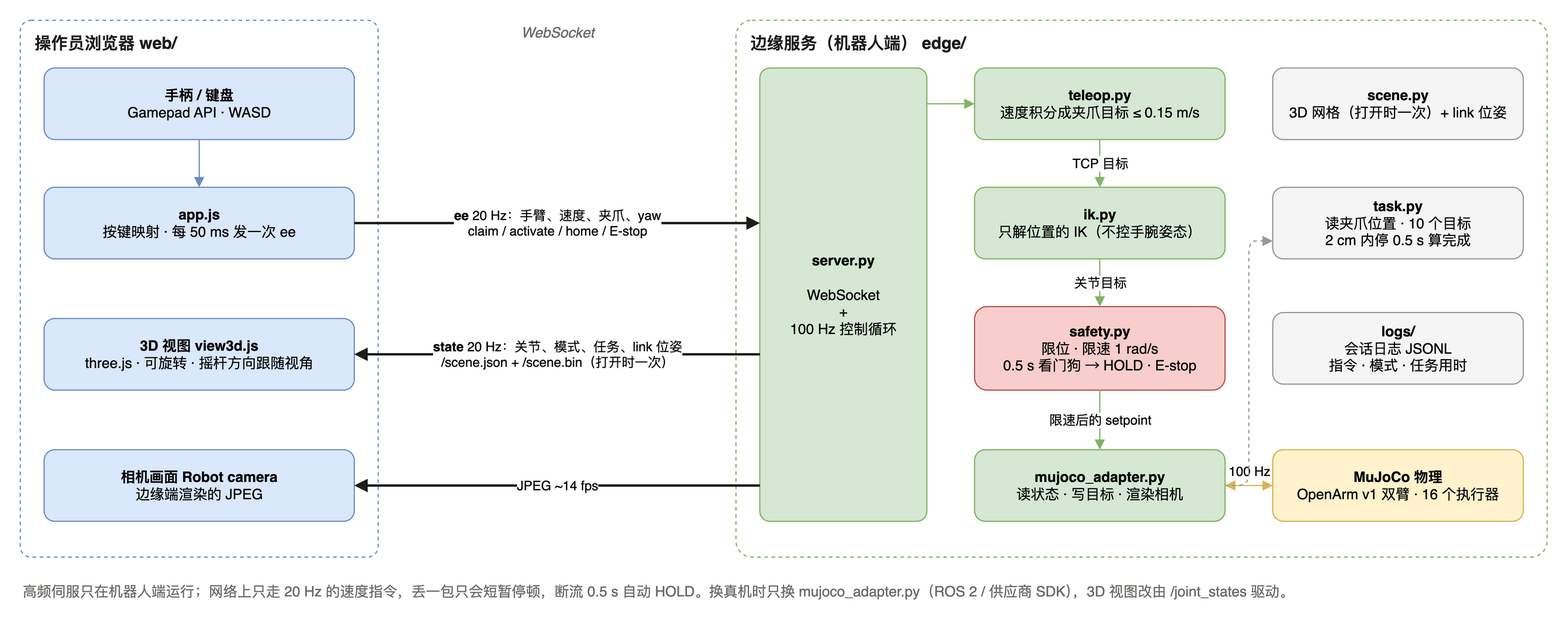
Before: docs/system-diagram.drawio.png, a diagram exported from draw.io (ysonggit/openarm-teleop-sim). Source tidied: cells renumbered, new cells last; positions are measured from the earlier drawing's top-left corner, leaving out a move shared by most shapes.
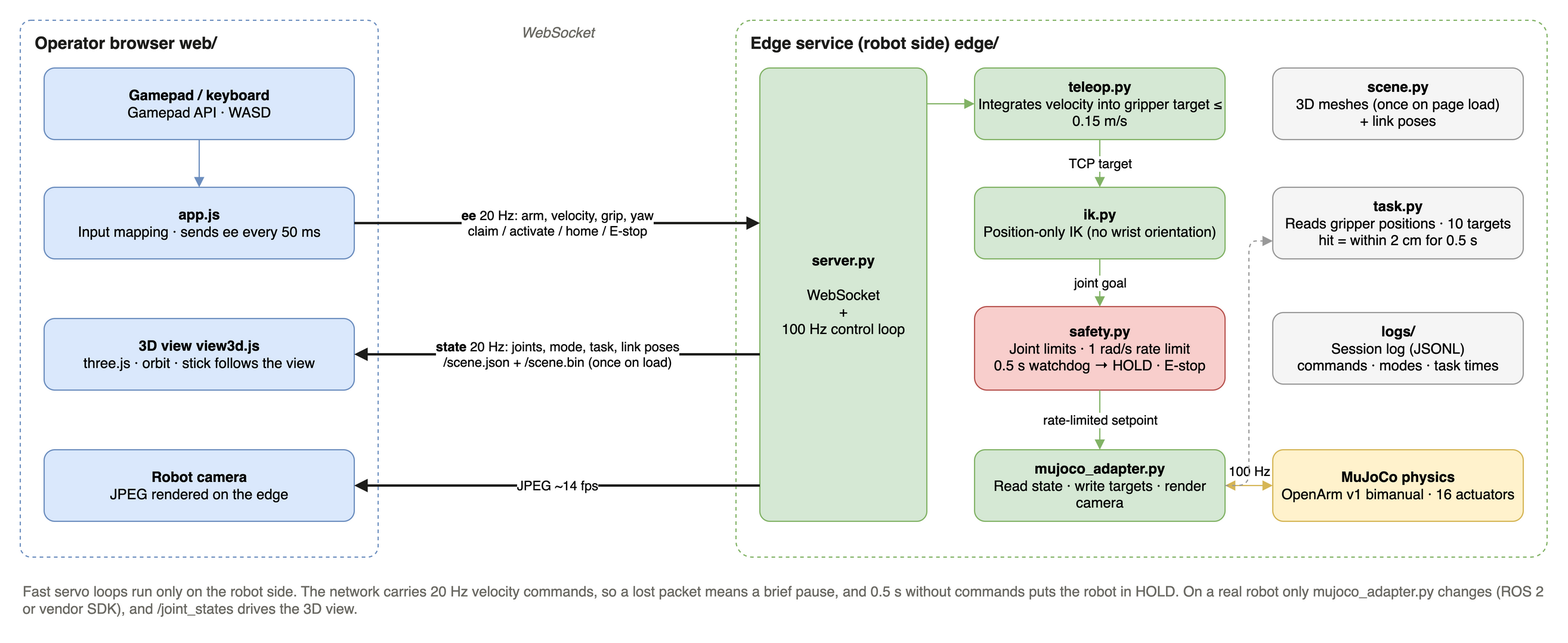
Later version of the same file.

Commit message:
README: English system diagram

Change to the diagram source:
```diff
@@ -2,61 +2,61 @@
   <root>
     <mxCell id="0" />
     <mxCell id="1" parent="0" />
-    <mxCell id="2" value="操作员浏览器  web/" style="rounded=1;arcSize=3;whiteSpace=wrap;html=1;dashed=1;fillColor=none;strokeColor=#6C8EBF;verticalAlign=top;align=left;spacingLeft=10;spacingTop=4;fontStyle=1;fontSize=14;fontColor=#1D1D1B;" parent="1" vertex="1">
+    <mxCell id="2" value="Operator browser  web/" style="rounded=1;arcSize=3;whiteSpace=wrap;html=1;dashed=1;fillColor=none;strokeColor=#6C8EBF;verticalAlign=top;align=left;spacingLeft=10;spacingTop=4;fontStyle=1;fontSize=14;fontColor=#1D1D1B;" parent="1" vertex="1">
       <mxGeometry width="300" height="450" as="geometry" />
     </mxCell>
-    <mxCell id="3" value="边缘服务（机器人端）  edge/" style="rounded=1;arcSize=3;whiteSpace=wrap;html=1;dashed=1;fillColor=none;strokeColor=#82B366;verticalAlign=top;align=left;spacingLeft=10;spacingTop=4;fontStyle=1;fontSize=14;fontColor=#1D1D1B;" parent="1" vertex="1">
+    <mxCell id="3" value="Edge service (robot side)  edge/" style="rounded=1;arcSize=3;whiteSpace=wrap;html=1;dashed=1;fillColor=none;strokeColor=#82B366;verticalAlign=top;align=left;spacingLeft=10;spacingTop=4;fontStyle=1;fontSize=14;fontColor=#1D1D1B;" parent="1" vertex="1">
       <mxGeometry x="600" width="680" height="450" as="geometry" />
     </mxCell>
-    <mxCell id="4" value="&lt;b&gt;手柄 / 键盘&lt;/b&gt;&lt;br&gt;Gamepad API · WASD" style="rounded=1;whiteSpace=wrap;html=1;fillColor=#DAE8FC;strokeColor=#6C8EBF;fontSize=12;" parent="1" vertex="1">
+    <mxCell id="4" value="&lt;b&gt;Gamepad / keyboard&lt;/b&gt;&lt;br&gt;Gamepad API · WASD" style="rounded=1;whiteSpace=wrap;html=1;fillColor=#DAE8FC;strokeColor=#6C8EBF;fontSize=12;" parent="1" vertex="1">
       <mxGeometry x="20" y="40" width="260" height="60" as="geometry" />
     </mxCell>
-    <mxCell id="5" value="&lt;b&gt;app.js&lt;/b&gt;&lt;br&gt;按键映射 · 每 50 ms 发一次 ee" style="rounded=1;whiteSpace=wrap;html=1;fillColor=#DAE8FC;strokeColor=#6C8EBF;fontSize=12;" parent="1" vertex="1">
+    <mxCell id="5" value="&lt;b&gt;app.js&lt;/b&gt;&lt;br&gt;Input mapping · sends ee every 50 ms" style="rounded=1;whiteSpace=wrap;html=1;fillColor=#DAE8FC;strokeColor=#6C8EBF;fontSize=12;" parent="1" vertex="1">
       <mxGeometry x="20" y="140" width="260" height="60" as="geometry" />
     </mxCell>
-    <mxCell id="6" value="&lt;b&gt;3D 视图  view3d.js&lt;/b&gt;&lt;br&gt;three.js · 可旋转 · 摇杆方向跟随视角" style="rounded=1;whiteSpace=wrap;html=1;fillColor=#DAE8FC;strokeColor=#6C8EBF;fontSize=12;" parent="1" vertex="1">
+    <mxCell id="6" value="&lt;b&gt;3D view  view3d.js&lt;/b&gt;&lt;br&gt;three.js · orbit · stick follows the view" style="rounded=1;whiteSpace=wrap;html=1;fillColor=#DAE8FC;strokeColor=#6C8EBF;fontSize=12;" parent="1" vertex="1">
       <mxGeometry x="20" y="250" width="260" height="60" as="geometry" />
     </mxCell>
-    <mxCell id="7" value="&lt;b&gt;相机画面  Robot camera&lt;/b&gt;&lt;br&gt;边缘端渲染的 JPEG" style="rounded=1;whiteSpace=wrap;html=1;fillColor=#DAE8FC;strokeColor=#6C8EBF;fontSize=12;" parent="1" vertex="1">
+    <mxCell id="7" value="&lt;b&gt;Robot camera&lt;/b&gt;&lt;br&gt;JPEG rendered on the edge" style="rounded=1;whiteSpace=wrap;html=1;fillColor=#DAE8FC;strokeColor=#6C8EBF;fontSize=12;" parent="1" vertex="1">
       <mxGeometry x="20" y="360" width="260" height="60" as="geometry" />
     </mxCell>
-    <mxCell id="8" value="&lt;b&gt;server.py&lt;/b&gt;&lt;br&gt;&lt;br&gt;WebSocket&lt;br&gt;+&lt;br&gt;100 Hz 控制循环" style="rounded=1;arcSize=6;whiteSpace=wrap;html=1;fillColor=#D5E8D4;strokeColor=#82B366;fontSize=12;" parent="1" vertex="1">
+    <mxCell id="8" value="&lt;b&gt;server.py&lt;/b&gt;&lt;br&gt;&lt;br&gt;WebSocket&lt;br&gt;+&lt;br&gt;100 Hz control loop" style="rounded=1;arcSize=6;whiteSpace=wrap;html=1;fillColor=#D5E8D4;strokeColor=#82B366;fontSize=12;" parent="1" vertex="1">
       <mxGeometry x="620" y="40" width="140" height="380" as="geometry" />
     </mxCell>
-    <mxCell id="9" value="&lt;b&gt;teleop.py&lt;/b&gt;&lt;br&gt;速度积分成夹爪目标 ≤ 0.15 m/s" style="rounded=1;whiteSpace=wrap;html=1;fillColor=#D5E8D4;strokeColor=#82B366;fontSize=12;" parent="1" vertex="1">
+    <mxCell id="9" value="&lt;b&gt;teleop.py&lt;/b&gt;&lt;br&gt;Integrates velocity into gripper target ≤ 0.15 m/s" style="rounded=1;whiteSpace=wrap;html=1;fillColor=#D5E8D4;strokeColor=#82B366;fontSize=12;" parent="1" vertex="1">
       <mxGeometry x="800" y="40" width="210" height="60" as="geometry" />
     </mxCell>
-    <mxCell id="10" value="&lt;b&gt;ik.py&lt;/b&gt;&lt;br&gt;只解位置的 IK（不控手腕姿态）" style="rounded=1;whiteSpace=wrap;html=1;fillColor=#D5E8D4;strokeColor=#82B366;fontSize=12;" parent="1" vertex="1">
+    <mxCell id="10" value="&lt;b&gt;ik.py&lt;/b&gt;&lt;br&gt;Position-only IK (no wrist orientation)" style="rounded=1;whiteSpace=wrap;html=1;fillColor=#D5E8D4;strokeColor=#82B366;fontSize=12;" parent="1" vertex="1">
       <mxGeometry x="800" y="140" width="210" height="60" as="geometry" />
     </mxCell>
-    <mxCell id="11" value="&lt;b&gt;safety.py&lt;/b&gt;&lt;br&gt;限位 · 限速 1 rad/s&lt;br&gt;0.5 s 看门狗 → HOLD · E-stop" style="rounded=1;whiteSpace=wrap;html=1;fillColor=#F8CECC;strokeColor=#B85450;fontSize=12;" parent="1" vertex="1">
+    <mxCell id="11" value="&lt;b&gt;safety.py&lt;/b&gt;&lt;br&gt;Joint limits · 1 rad/s rate limit&lt;br&gt;0.5 s watchdog → HOLD · E-stop" style="rounded=1;whiteSpace=wrap;html=1;fillColor=#F8CECC;strokeColor=#B85450;fontSize=12;" parent="1" vertex="1">
       <mxGeometry x="800" y="240" width="210" height="70" as="geometry" />
     </mxCell>
-    <mxCell id="12" value="&lt;b&gt;mujoco_adapter.py&lt;/b&gt;&lt;br&gt;读状态 · 写目标 · 渲染相机" style="rounded=1;whiteSpace=wrap;html=1;fillColor=#D5E8D4;strokeColor=#82B366;fontSize=12;" parent="1" vertex="1">
+    <mxCell id="12" value="&lt;b&gt;mujoco_adapter.py&lt;/b&gt;&lt;br&gt;Read state · write targets · render camera" style="rounded=1;whiteSpace=wrap;html=1;fillColor=#D5E8D4;strokeColor=#82B366;fontSize=12;" parent="1" vertex="1">
       <mxGeometry x="800" y="360" width="210" height="60" as="geometry" />
     </mxCell>
-    <mxCell id="13" value="&lt;b&gt;scene.py&lt;/b&gt;&lt;br&gt;3D 网格（打开时一次）+ link 位姿" style="rounded=1;whiteSpace=wrap;html=1;fillColor=#F5F5F5;strokeColor=#999999;fontSize=12;" parent="1" vertex="1">
+    <mxCell id="13" value="&lt;b&gt;scene.py&lt;/b&gt;&lt;br&gt;3D meshes (once on page load)&lt;br&gt;+ link poses" style="rounded=1;whiteSpace=wrap;html=1;fillColor=#F5F5F5;strokeColor=#999999;fontSize=12;" parent="1" vertex="1">
       <mxGeometry x="1050" y="40" width="210" height="60" as="geometry" />
     </mxCell>
-    <mxCell id="14" value="&lt;b&gt;task.py&lt;/b&gt;&lt;br&gt;读夹爪位置 · 10 个目标&lt;br&gt;2 cm 内停 0.5 s 算完成" style="rounded=1;whiteSpace=wrap;html=1;fillColor=#F5F5F5;strokeColor=#999999;fontSize=12;" parent="1" vertex="1">
+    <mxCell id="14" value="&lt;b&gt;task.py&lt;/b&gt;&lt;br&gt;Reads gripper positions · 10 targets&lt;br&gt;hit = within 2 cm for 0.5 s" style="rounded=1;whiteSpace=wrap;html=1;fillColor=#F5F5F5;strokeColor=#999999;fontSize=12;" parent="1" vertex="1">
       <mxGeometry x="1050" y="140" width="210" height="60" as="geometry" />
     </mxCell>
-    <mxCell id="15" value="&lt;b&gt;logs/&lt;/b&gt;&lt;br&gt;会话日志 JSONL&lt;br&gt;指令 · 模式 · 任务用时" style="rounded=1;whiteSpace=wrap;html=1;fillColor=#F5F5F5;strokeColor=#999999;fontSize=12;" parent="1" vertex="1">
+    <mxCell id="15" value="&lt;b&gt;logs/&lt;/b&gt;&lt;br&gt;Session log (JSONL)&lt;br&gt;commands · modes · task times" style="rounded=1;whiteSpace=wrap;html=1;fillColor=#F5F5F5;strokeColor=#999999;fontSize=12;" parent="1" vertex="1">
       <mxGeometry x="1050" y="245" width="210" height="60" as="geometry" />
     </mxCell>
-    <mxCell id="16" value="&lt;b&gt;MuJoCo 物理&lt;/b&gt;&lt;br&gt;OpenArm v1 双臂 · 16 个执行器" style="rounded=1;whiteSpace=wrap;html=1;fillColor=#FFF2CC;strokeColor=#D6B656;fontSize=12;" parent="1" vertex="1">
+    <mxCell id="16" value="&lt;b&gt;MuJoCo physics&lt;/b&gt;&lt;br&gt;OpenArm v1 bimanual · 16 actuators" style="rounded=1;whiteSpace=wrap;html=1;fillColor=#FFF2CC;strokeColor=#D6B656;fontSize=12;" parent="1" vertex="1">
       <mxGeometry x="1050" y="360" width="210" height="60" as="geometry" />
     </mxCell>
     <mxCell id="17" style="edgeStyle=orthogonalEdgeStyle;html=1;endArrow=block;endFill=1;strokeColor=#6C8EBF;" parent="1" edge="1" source="4" target="5">
       <mxGeometry relative="1" as="geometry" />
     </mxCell>
-    <mxCell id="18" value="&lt;b&gt;ee&lt;/b&gt; 20 Hz：手臂、速度、夹爪、yaw&lt;br&gt;claim / activate / home / E-stop" style="html=1;endArrow=block;endFill=1;strokeWidth=2;strokeColor=#1D1D1B;fontSize=11;labelBackgroundColor=#FFFFFF;" parent="1" edge="1">
+    <mxCell id="18" value="&lt;b&gt;ee&lt;/b&gt; 20 Hz: arm, velocity, grip, yaw&lt;br&gt;claim / activate / home / E-stop" style="html=1;endArrow=block;endFill=1;strokeWidth=2;strokeColor=#1D1D1B;fontSize=11;labelBackgroundColor=#FFFFFF;" parent="1" edge="1">
       <mxGeometry relative="1" as="geometry">
         <mxPoint x="280" y="170" as="sourcePoint" />
         <mxPoint x="620" y="170" as="targetPoint" />
       </mxGeometry>
     </mxCell>
-    <mxCell id="19" value="&lt;b&gt;state&lt;/b&gt; 20 Hz：关节、模式、任务、link 位姿&lt;br&gt;/scene.json + /scene.bin（打开时一次）" style="html=1;endArrow=block;endFill=1;strokeWidth=2;strokeColor=#1D1D1B;fontSize=11;labelBackgroundColor=#FFFFFF;" parent="1" edge="1">
+    <mxCell id="19" value="&lt;b&gt;state&lt;/b&gt; 20 Hz: joints, mode, task, link poses&lt;br&gt;/scene.json + /scene.bin (once on load)" style="html=1;endArrow=block;endFill=1;strokeWidth=2;strokeColor=#1D1D1B;fontSize=11;labelBackgroundColor=#FFFFFF;" parent="1" edge="1">
       <mxGeometry relative="1" as="geometry">
         <mxPoint x="620" y="280" as="sourcePoint" />
         <mxPoint x="280" y="280" as="targetPoint" />
@@ -77,13 +77,13 @@
         <mxPoint x="800" y="70" as="targetPoint" />
       </mxGeometry>
     </mxCell>
-    <mxCell id="23" value="TCP 目标" style="html=1;endArrow=block;endFill=1;strokeColor=#82B366;fontSize=11;labelBackgroundColor=#FFFFFF;" parent="1" edge="1" source="9" target="10">
+    <mxCell id="23" value="TCP target" style="html=1;endArrow=block;endFill=1;strokeColor=#82B366;fontSize=11;labelBackgroundColor=#FFFFFF;" parent="1" edge="1" source="9" target="10">
       <mxGeometry relative="1" as="geometry" />
     </mxCell>
-    <mxCell id="24" value="关节目标" style="html=1;endArrow=block;endFill=1;strokeColor=#82B366;fontSize=11;labelBackgroundColor=#FFFFFF;" parent="1" edge="1" source="10" target="11">
+    <mxCell id="24" value="joint goal" style="html=1;endArrow=block;endFill=1;strokeColor=#82B366;fontSize=11;labelBackgroundColor=#FFFFFF;" parent="1" edge="1" source="10" target="11">
       <mxGeometry relative="1" as="geometry" />
     </mxCell>
-    <mxCell id="25" value="限速后的 setpoint" style="html=1;endArrow=block;endFill=1;strokeColor=#82B366;fontSize=11;labelBackgroundColor=#FFFFFF;" parent="1" edge="1" source="11" target="12">
+    <mxCell id="25" value="rate-limited setpoint" style="html=1;endArrow=block;endFill=1;strokeColor=#82B366;fontSize=11;labelBackgroundColor=#FFFFFF;" parent="1" edge="1" source="11" target="12">
       <mxGeometry relative="1" as="geometry" />
     </mxCell>
     <mxCell id="26" value="100 Hz" style="html=1;startArrow=block;startFill=1;endArrow=block;endFill=1;strokeColor=#D6B656;fontSize=11;labelBackgroundColor=none;" parent="1" edge="1" source="12" target="16">
@@ -101,7 +101,7 @@
         </Array>
       </mxGeometry>
     </mxCell>
-    <mxCell id="28" value="高频伺服只在机器人端运行；网络上只走 20 Hz 的速度指令，丢一包只会短暂停顿，断流 0.5 s 自动 HOLD。换真机时只换 mujoco_adapter.py（ROS 2 / 供应商 SDK），3D 视图改由 /joint_states 驱动。" style="text;html=1;align=left;verticalAlign=top;whiteSpace=wrap;fontSize=12;fontColor=#6B6A64;" parent="1" vertex="1">
+    <mxCell id="28" value="Fast servo loops run only on the robot side. The network carries 20 Hz velocity commands, so a lost packet means a brief pause, and 0.5 s without commands puts the robot in HOLD. On a real robot only mujoco_adapter.py changes (ROS 2 or vendor SDK), and /joint_states drives the 3D view." style="text;html=1;align=left;verticalAlign=top;whiteSpace=wrap;fontSize=12;fontColor=#6B6A64;" parent="1" vertex="1">
       <mxGeometry y="465" width="1280" height="40" as="geometry" />
     </mxCell>
   </root>
```
